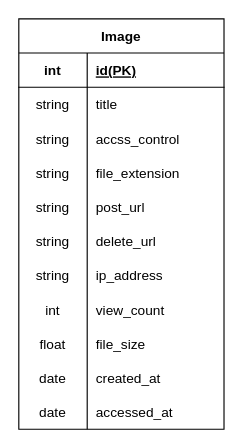
This is Design/ER.dio from Aki158/Online-Image-Hosting-Service, a draw.io file, before an edit. Source tidied: cells renumbered, new cells numbered last; positions are measured from the earlier drawing's top-left corner, leaving out a move shared by most shapes. Both pictures are drawn from the tidied source at 114%, with x=0, y=0 at pixel (18, 18).
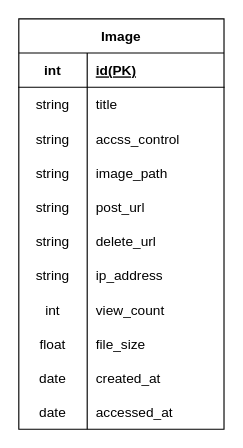
The same page after the edit.

Unchanged cells that the change refers to:
```xml
<mxCell id="12" style="shape=tableRow;horizontal=0;startSize=0;swimlaneHead=0;swimlaneBody=0;fillColor=none;top=0;left=0;right=0;bottom=0;" parent="2" vertex="1">
  <mxGeometry y="120" width="180" height="30" as="geometry" />
</mxCell>
```

The edit, as a diff of the source:
```diff
@@
-    <mxCell id="14" value="file_extension" style="shape=partialRectangle;fillColor=none;top=0;left=0;bottom=0;right=0;align=left;spacingLeft=6;overflow=hidden;" parent="12" vertex="1">
+    <mxCell id="14" value="image_path" style="shape=partialRectangle;fillColor=none;top=0;left=0;bottom=0;right=0;align=left;spacingLeft=6;overflow=hidden;fontStyle=0;" parent="12" vertex="1">
       <mxGeometry x="60" width="120" height="30" as="geometry" />
     </mxCell>
```
